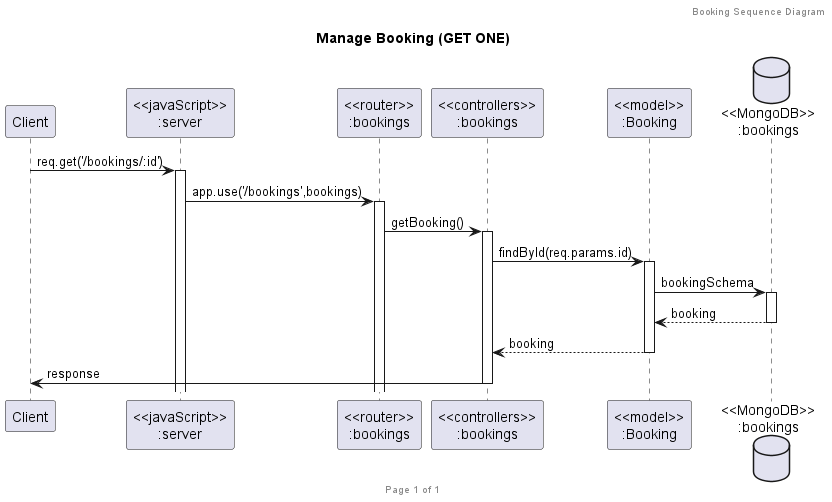
This is presentation/Sequence_Diagram/Bookings/Manage Booking (GET ONE).png from 2110503TACEDT66/presentation-day-1-i-am-the-bone-of-my-sources, a PlantUML export, as it was before one commit.
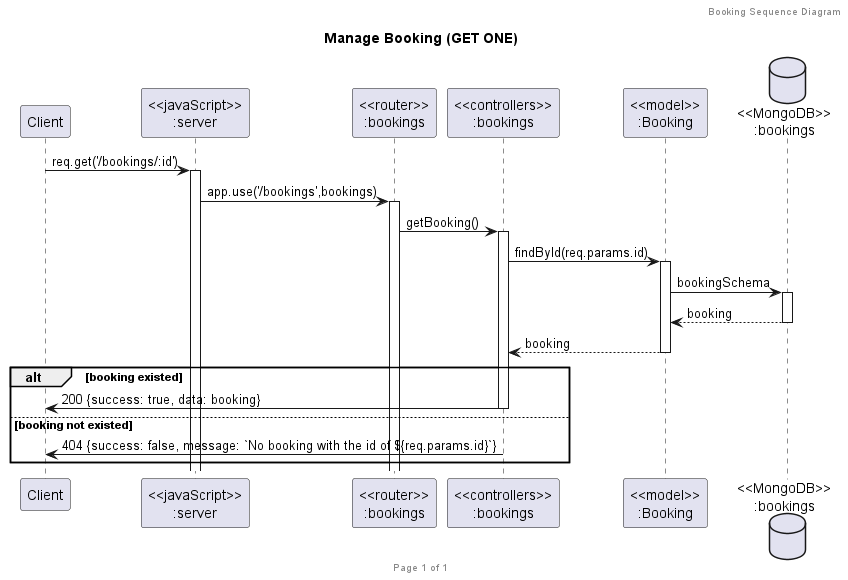
The same diagram one commit later.

Change to the diagram source:
```diff
@@ -18,6 +18,10 @@
 modelBooking ->BookingsDatabase ++: bookingSchema
 BookingsDatabase --> modelBooking --: booking
 controllersBookings <-- modelBooking --:booking
-controllersBookings->client --:response
+alt booking existed
+    controllersBookings->client --:200 {success: true, data: booking}
+else booking not existed
+    controllersBookings->client --:404 {success: false, message: `No booking with the id of ${req.params.id}`}
+end
 
 @enduml
```
